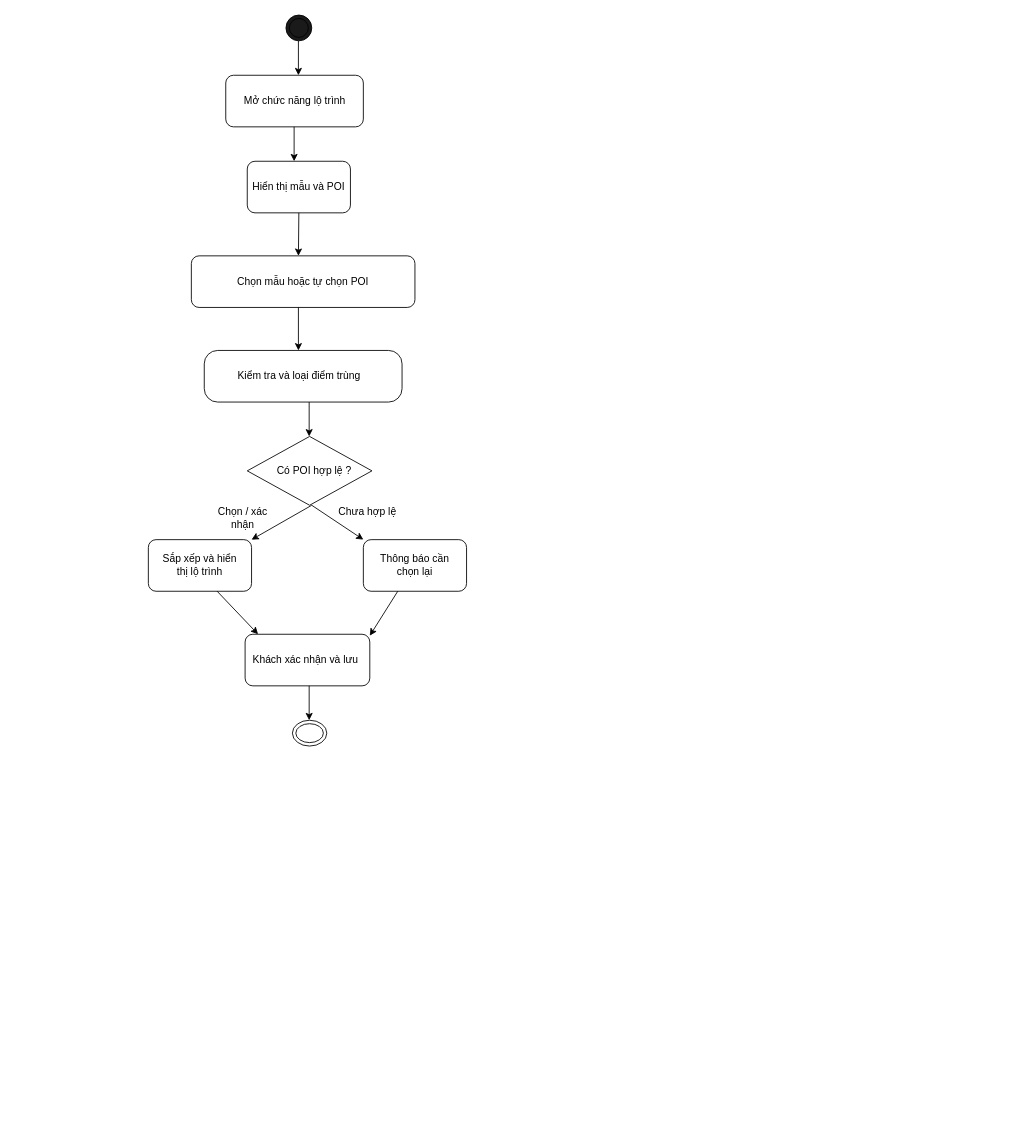
Before: docs/diagram/activity/UC-07_Activity.drawio in Kazuken123/prj_sgu26_cnpm, a draw.io diagram. Source tidied: cells renumbered, new cells numbered last; positions are measured from the earlier drawing's top-left corner, leaving out a move shared by most shapes. Both pictures are drawn from the tidied source at 86%, with x=0, y=0 at pixel (148, 15).
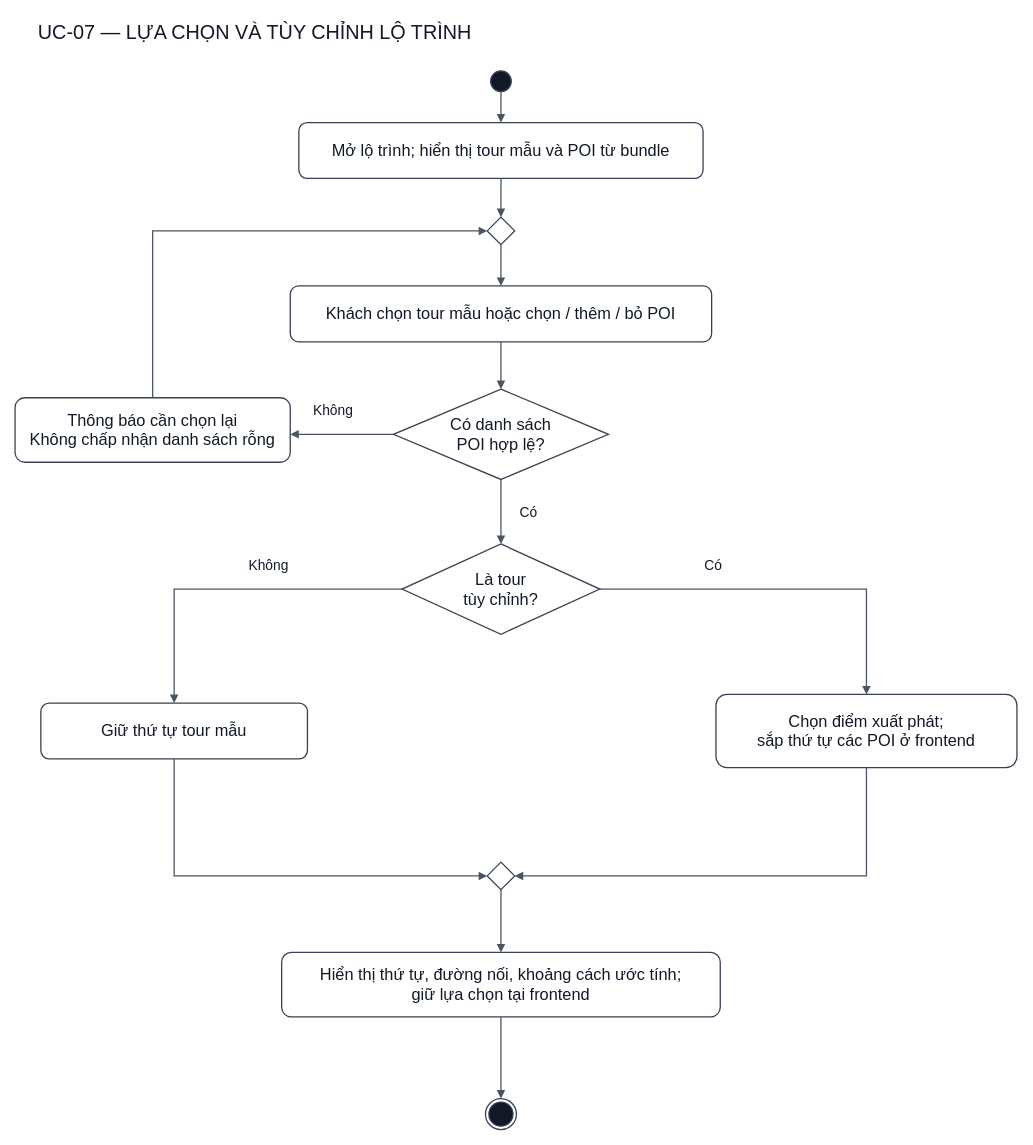
The same page after the edit.

Diff of the diagram source:
```diff
@@
-    <mxCell id="2" style="ellipse;shape=doubleEllipse;whiteSpace=wrap;html=1;fillColor=#1A1A1A;" parent="1" vertex="1">
-      <mxGeometry x="160" width="30" height="30" as="geometry" />
-    </mxCell>
-    <mxCell id="3" style="rounded=1;whiteSpace=wrap;html=1;roundedPerimeter=1;" parent="1" vertex="1">
-      <mxGeometry x="115" y="170" width="120" height="60" as="geometry" />
-    </mxCell>
-    <mxCell id="4" style="rounded=1;whiteSpace=wrap;html=1;roundedPerimeter=1;" parent="1" vertex="1">
-      <mxGeometry x="90" y="70" width="160" height="60" as="geometry" />
-    </mxCell>
-    <mxCell id="5" style="rounded=1;whiteSpace=wrap;html=1;roundedPerimeter=1;" parent="1" vertex="1">
-      <mxGeometry x="50" y="280" width="260" height="60" as="geometry" />
-    </mxCell>
-    <mxCell id="6" style="rounded=1;whiteSpace=wrap;html=1;roundedPerimeter=1;arcSize=26;" parent="1" vertex="1">
-      <mxGeometry x="65" y="390" width="230" height="60" as="geometry" />
-    </mxCell>
-    <mxCell id="7" style="rhombus;whiteSpace=wrap;html=1;shapeInside=1;" parent="1" vertex="1">
-      <mxGeometry x="115" y="490" width="145" height="80" as="geometry" />
-    </mxCell>
-    <mxCell id="8" value="Mở chức năng lộ trình" style="text;html=1;whiteSpace=wrap;strokeColor=none;fillColor=none;align=center;verticalAlign=middle;rounded=0;" parent="1" vertex="1">
-      <mxGeometry x="97.5" y="85" width="145" height="30" as="geometry" />
-    </mxCell>
-    <mxCell id="9" value="Hiển thị mẫu và POI" style="text;html=1;whiteSpace=wrap;strokeColor=none;fillColor=none;align=center;verticalAlign=middle;rounded=0;" parent="1" vertex="1">
-      <mxGeometry x="120" y="185" width="110" height="30" as="geometry" />
-    </mxCell>
-    <mxCell id="10" value="Chọn mẫu hoặc tự chọn POI" style="text;html=1;whiteSpace=wrap;strokeColor=none;fillColor=none;align=center;verticalAlign=middle;rounded=0;" parent="1" vertex="1">
-      <mxGeometry x="95" y="295" width="170" height="30" as="geometry" />
-    </mxCell>
-    <mxCell id="11" value="Kiểm tra và loại điểm trùng" style="text;html=1;whiteSpace=wrap;strokeColor=none;fillColor=none;align=center;verticalAlign=middle;rounded=0;" parent="1" vertex="1">
-      <mxGeometry x="102.5" y="405" width="145" height="30" as="geometry" />
-    </mxCell>
-    <mxCell id="12" style="rounded=1;whiteSpace=wrap;html=1;roundedPerimeter=1;" parent="1" vertex="1">
-      <mxGeometry y="610" width="120" height="60" as="geometry" />
-    </mxCell>
-    <mxCell id="13" style="rounded=1;whiteSpace=wrap;html=1;roundedPerimeter=1;" parent="1" vertex="1">
-      <mxGeometry x="250" y="610" width="120" height="60" as="geometry" />
-    </mxCell>
-    <mxCell id="14" style="rounded=1;whiteSpace=wrap;html=1;roundedPerimeter=1;" parent="1" vertex="1">
-      <mxGeometry x="112.5" y="720" width="145" height="60" as="geometry" />
-    </mxCell>
-    <mxCell id="15" style="ellipse;shape=doubleEllipse;whiteSpace=wrap;html=1;" parent="1" vertex="1">
-      <mxGeometry x="167.5" y="820" width="40" height="30" as="geometry" />
-    </mxCell>
-    <mxCell id="16" style="endArrow=classic;html=1;rounded=0;exitX=0.5;exitY=1;exitDx=0;exitDy=0;" parent="1" edge="1" source="3">
-      <mxGeometry relative="1" as="geometry">
-        <mxPoint x="174.5" y="280" as="targetPoint" />
-      </mxGeometry>
-    </mxCell>
-    <mxCell id="17" style="endArrow=classic;html=1;rounded=0;" parent="1" edge="1">
-      <mxGeometry relative="1" as="geometry">
-        <mxPoint x="174.5" y="340" as="sourcePoint" />
-        <mxPoint x="174.5" y="390" as="targetPoint" />
-      </mxGeometry>
-    </mxCell>
-    <mxCell id="18" style="endArrow=classic;html=1;rounded=0;" parent="1" edge="1">
-      <mxGeometry relative="1" as="geometry">
-        <mxPoint x="187" y="450" as="sourcePoint" />
-        <mxPoint x="187" y="490" as="targetPoint" />
-      </mxGeometry>
-    </mxCell>
-    <mxCell id="19" style="endArrow=classic;html=1;rounded=0;entryX=1;entryY=0;entryDx=0;entryDy=0;" parent="1" edge="1" target="12">
-      <mxGeometry relative="1" as="geometry">
-        <mxPoint x="190" y="570" as="sourcePoint" />
-      </mxGeometry>
-    </mxCell>
-    <mxCell id="20" style="endArrow=classic;html=1;rounded=0;entryX=0;entryY=0;entryDx=0;entryDy=0;" parent="1" edge="1" target="13">
-      <mxGeometry relative="1" as="geometry">
-        <mxPoint x="190" y="570" as="sourcePoint" />
-      </mxGeometry>
-    </mxCell>
-    <mxCell id="21" style="endArrow=classic;html=1;rounded=0;entryX=1;entryY=0.028;entryDx=0;entryDy=0;" parent="1" edge="1" target="14">
-      <mxGeometry relative="1" as="geometry">
-        <mxPoint x="290" y="670" as="sourcePoint" />
-      </mxGeometry>
-    </mxCell>
-    <mxCell id="22" style="endArrow=classic;html=1;rounded=0;strokeColor=default;align=center;verticalAlign=middle;fontFamily=Helvetica;fontSize=11;fontColor=default;labelBackgroundColor=default;entryX=0.104;entryY=0;entryDx=0;entryDy=0;" parent="1" edge="1" target="14">
-      <mxGeometry relative="1" as="geometry">
-        <mxPoint x="80" y="670" as="sourcePoint" />
-      </mxGeometry>
-    </mxCell>
-    <mxCell id="23" style="endArrow=classic;html=1;rounded=0;strokeColor=default;align=center;verticalAlign=middle;fontFamily=Helvetica;fontSize=11;fontColor=default;labelBackgroundColor=default;" parent="1" edge="1">
-      <mxGeometry relative="1" as="geometry">
-        <mxPoint x="187" y="780" as="sourcePoint" />
-        <mxPoint x="187" y="820" as="targetPoint" />
-      </mxGeometry>
-    </mxCell>
-    <mxCell id="24" style="endArrow=classic;html=1;rounded=0;strokeColor=default;align=center;verticalAlign=middle;fontFamily=Helvetica;fontSize=11;fontColor=default;labelBackgroundColor=default;" parent="1" edge="1">
-      <mxGeometry relative="1" as="geometry">
-        <mxPoint x="174.5" y="30" as="sourcePoint" />
-        <mxPoint x="174.5" y="70" as="targetPoint" />
-      </mxGeometry>
-    </mxCell>
-    <mxCell id="25" style="endArrow=classic;html=1;rounded=0;strokeColor=default;align=center;verticalAlign=middle;fontFamily=Helvetica;fontSize=11;fontColor=default;labelBackgroundColor=default;" parent="1" edge="1">
-      <mxGeometry relative="1" as="geometry">
-        <mxPoint x="169.5" y="130" as="sourcePoint" />
-        <mxPoint x="169.5" y="170" as="targetPoint" />
-      </mxGeometry>
-    </mxCell>
-    <mxCell id="26" value="Có POI hợp lệ ?" style="text;html=1;whiteSpace=wrap;strokeColor=none;fillColor=none;align=center;verticalAlign=middle;rounded=0;" parent="1" vertex="1">
-      <mxGeometry x="142.5" y="515" width="100" height="30" as="geometry" />
-    </mxCell>
-    <mxCell id="27" value="Chưa hợp lệ&lt;div&gt;&lt;br&gt;&lt;/div&gt;" style="text;html=1;whiteSpace=wrap;strokeColor=none;fillColor=none;align=center;verticalAlign=middle;rounded=0;" parent="1" vertex="1">
-      <mxGeometry x="200" y="570" width="110" height="30" as="geometry" />
-    </mxCell>
-    <mxCell id="28" value="Chọn / xác nhận" style="text;html=1;whiteSpace=wrap;strokeColor=none;fillColor=none;align=center;verticalAlign=middle;rounded=0;" parent="1" vertex="1">
-      <mxGeometry x="80" y="570" width="60" height="30" as="geometry" />
-    </mxCell>
-    <mxCell id="29" value="Thông báo cần chọn lại" style="text;html=1;whiteSpace=wrap;strokeColor=none;fillColor=none;align=center;verticalAlign=middle;rounded=0;" parent="1" vertex="1">
-      <mxGeometry x="260" y="625" width="100" height="30" as="geometry" />
-    </mxCell>
-    <mxCell id="30" value="Sắp xếp và hiển thị lộ trình" style="text;html=1;whiteSpace=wrap;strokeColor=none;fillColor=none;align=center;verticalAlign=middle;rounded=0;" parent="1" vertex="1">
-      <mxGeometry x="10" y="625" width="100" height="30" as="geometry" />
-    </mxCell>
-    <mxCell id="31" value="Khách xác nhận và lưu" style="text;html=1;whiteSpace=wrap;strokeColor=none;fillColor=none;align=center;verticalAlign=middle;rounded=0;" parent="1" vertex="1">
-      <mxGeometry x="117.5" y="735" width="130" height="30" as="geometry" />
-    </mxCell>
+    <mxCell id="32" value="UC-07 — LỰA CHỌN VÀ TÙY CHỈNH LỘ TRÌNH" style="html=1;whiteSpace=wrap;fontFamily=Arial;fontSize=23;fontColor=#111827;strokeColor=#374151;fillColor=#FFFFFF;strokeWidth=1.5;text;strokeColor=none;fillColor=none;" parent="1" vertex="1">
+      <mxGeometry x="-130" width="1130" height="45" as="geometry" />
+    </mxCell>
+    <mxCell id="33" style="html=1;whiteSpace=wrap;fontFamily=Arial;fontSize=19;fontColor=#111827;strokeColor=#374151;fillColor=#FFFFFF;strokeWidth=1.5;ellipse;fillColor=#111827;" parent="1" vertex="1">
+      <mxGeometry x="398" y="65" width="24" height="24" as="geometry" />
+    </mxCell>
+    <mxCell id="34" value="Mở lộ trình; hiển thị tour mẫu và POI từ bundle" style="html=1;whiteSpace=wrap;fontFamily=Arial;fontSize=19;fontColor=#111827;strokeColor=#374151;fillColor=#FFFFFF;strokeWidth=1.5;rounded=1;arcSize=15;" parent="1" vertex="1">
+      <mxGeometry x="175" y="125" width="470" height="65" as="geometry" />
+    </mxCell>
+    <mxCell id="35" style="html=1;whiteSpace=wrap;fontFamily=Arial;fontSize=19;fontColor=#111827;strokeColor=#374151;fillColor=#FFFFFF;strokeWidth=1.5;rhombus;" parent="1" vertex="1">
+      <mxGeometry x="394" y="235" width="32" height="32" as="geometry" />
+    </mxCell>
+    <mxCell id="36" value="Khách chọn tour mẫu hoặc chọn / thêm / bỏ POI" style="html=1;whiteSpace=wrap;fontFamily=Arial;fontSize=19;fontColor=#111827;strokeColor=#374151;fillColor=#FFFFFF;strokeWidth=1.5;rounded=1;arcSize=15;" parent="1" vertex="1">
+      <mxGeometry x="165" y="315" width="490" height="65" as="geometry" />
+    </mxCell>
+    <mxCell id="37" value="Có danh sách&lt;br&gt;POI hợp lệ?" style="html=1;whiteSpace=wrap;fontFamily=Arial;fontSize=19;fontColor=#111827;strokeColor=#374151;fillColor=#FFFFFF;strokeWidth=1.5;rhombus;" parent="1" vertex="1">
+      <mxGeometry x="285" y="435" width="250" height="105" as="geometry" />
+    </mxCell>
+    <mxCell id="38" value="Thông báo cần chọn lại&lt;br&gt;Không chấp nhận danh sách rỗng" style="html=1;whiteSpace=wrap;fontFamily=Arial;fontSize=19;fontColor=#111827;strokeColor=#374151;fillColor=#FFFFFF;strokeWidth=1.5;rounded=1;arcSize=15;" parent="1" vertex="1">
+      <mxGeometry x="-155" y="445" width="320" height="75" as="geometry" />
+    </mxCell>
+    <mxCell id="39" value="Là tour&lt;br&gt;tùy chỉnh?" style="html=1;whiteSpace=wrap;fontFamily=Arial;fontSize=19;fontColor=#111827;strokeColor=#374151;fillColor=#FFFFFF;strokeWidth=1.5;rhombus;" parent="1" vertex="1">
+      <mxGeometry x="295" y="615" width="230" height="105" as="geometry" />
+    </mxCell>
+    <mxCell id="40" value="Chọn điểm xuất phát;&lt;br&gt;sắp thứ tự các POI ở frontend" style="html=1;whiteSpace=wrap;fontFamily=Arial;fontSize=19;fontColor=#111827;strokeColor=#374151;fillColor=#FFFFFF;strokeWidth=1.5;rounded=1;arcSize=15;" parent="1" vertex="1">
+      <mxGeometry x="660" y="790" width="350" height="85" as="geometry" />
+    </mxCell>
+    <mxCell id="41" value="Giữ thứ tự tour mẫu" style="html=1;whiteSpace=wrap;fontFamily=Arial;fontSize=19;fontColor=#111827;strokeColor=#374151;fillColor=#FFFFFF;strokeWidth=1.5;rounded=1;arcSize=15;" parent="1" vertex="1">
+      <mxGeometry x="-125" y="800" width="310" height="65" as="geometry" />
+    </mxCell>
+    <mxCell id="42" style="html=1;whiteSpace=wrap;fontFamily=Arial;fontSize=19;fontColor=#111827;strokeColor=#374151;fillColor=#FFFFFF;strokeWidth=1.5;rhombus;" parent="1" vertex="1">
+      <mxGeometry x="394" y="985" width="32" height="32" as="geometry" />
+    </mxCell>
+    <mxCell id="43" value="Hiển thị thứ tự, đường nối, khoảng cách ước tính;&lt;br&gt;giữ lựa chọn tại frontend" style="html=1;whiteSpace=wrap;fontFamily=Arial;fontSize=19;fontColor=#111827;strokeColor=#374151;fillColor=#FFFFFF;strokeWidth=1.5;rounded=1;arcSize=15;" parent="1" vertex="1">
+      <mxGeometry x="155" y="1090" width="510" height="75" as="geometry" />
+    </mxCell>
+    <mxCell id="44" style="html=1;whiteSpace=wrap;fontFamily=Arial;fontSize=19;fontColor=#111827;strokeColor=#374151;fillColor=#FFFFFF;strokeWidth=1.5;ellipse;shape=endState;fillColor=#111827;" parent="1" vertex="1">
+      <mxGeometry x="392" y="1260" width="36" height="36" as="geometry" />
+    </mxCell>
+    <mxCell id="45" style="html=1;rounded=0;endArrow=block;endFill=1;strokeColor=#4B5563;strokeWidth=1.5;fontFamily=Arial;fontSize=17;exitX=0.5;exitY=1.0;exitPerimeter=0;entryX=0.5;entryY=0.0;entryPerimeter=0;" parent="1" edge="1" source="33" target="34">
+      <mxGeometry relative="1" as="geometry" />
+    </mxCell>
+    <mxCell id="46" style="html=1;rounded=0;endArrow=block;endFill=1;strokeColor=#4B5563;strokeWidth=1.5;fontFamily=Arial;fontSize=17;exitX=0.5;exitY=1.0;exitPerimeter=0;entryX=0.5;entryY=0.0;entryPerimeter=0;" parent="1" edge="1" source="34" target="35">
+      <mxGeometry relative="1" as="geometry" />
+    </mxCell>
+    <mxCell id="47" style="html=1;rounded=0;endArrow=block;endFill=1;strokeColor=#4B5563;strokeWidth=1.5;fontFamily=Arial;fontSize=17;exitX=0.5;exitY=1.0;exitPerimeter=0;entryX=0.5;entryY=0.0;entryPerimeter=0;" parent="1" edge="1" source="35" target="36">
+      <mxGeometry relative="1" as="geometry" />
+    </mxCell>
+    <mxCell id="48" style="html=1;rounded=0;endArrow=block;endFill=1;strokeColor=#4B5563;strokeWidth=1.5;fontFamily=Arial;fontSize=17;exitX=0.5;exitY=1.0;exitPerimeter=0;entryX=0.5;entryY=0.0;entryPerimeter=0;" parent="1" edge="1" source="36" target="37">
+      <mxGeometry relative="1" as="geometry" />
+    </mxCell>
+    <mxCell id="49" style="html=1;rounded=0;endArrow=block;endFill=1;strokeColor=#4B5563;strokeWidth=1.5;fontFamily=Arial;fontSize=17;exitX=0.5;exitY=1.0;exitPerimeter=0;entryX=0.5;entryY=0.0;entryPerimeter=0;" parent="1" edge="1" source="37" target="39">
+      <mxGeometry relative="1" as="geometry" />
+    </mxCell>
+    <mxCell id="50" value="Có" style="html=1;whiteSpace=wrap;fontFamily=Arial;fontSize=16;fontColor=#111827;strokeColor=#374151;fillColor=#FFFFFF;strokeWidth=1.5;text;strokeColor=none;fillColor=none;" parent="1" vertex="1">
+      <mxGeometry x="430" y="561.5" width="70" height="25" as="geometry" />
+    </mxCell>
+    <mxCell id="51" style="html=1;rounded=0;endArrow=block;endFill=1;strokeColor=#4B5563;strokeWidth=1.5;fontFamily=Arial;fontSize=17;exitX=0.0;exitY=0.5;exitPerimeter=0;entryX=1.0;entryY=0.5666666666666667;entryPerimeter=0;" parent="1" edge="1" source="37" target="38">
+      <mxGeometry relative="1" as="geometry" />
+    </mxCell>
+    <mxCell id="52" value="Không" style="html=1;whiteSpace=wrap;fontFamily=Arial;fontSize=16;fontColor=#111827;strokeColor=#374151;fillColor=#FFFFFF;strokeWidth=1.5;text;strokeColor=none;fillColor=none;" parent="1" vertex="1">
+      <mxGeometry x="190" y="444" width="70" height="25" as="geometry" />
+    </mxCell>
+    <mxCell id="53" style="html=1;rounded=0;endArrow=block;endFill=1;strokeColor=#4B5563;strokeWidth=1.5;fontFamily=Arial;fontSize=17;exitX=0.5;exitY=0.0;exitPerimeter=0;entryX=0.0;entryY=0.5;entryPerimeter=0;" parent="1" edge="1" source="38" target="35">
+      <mxGeometry relative="1" as="geometry">
+        <Array as="points">
+          <mxPoint x="5" y="251" />
+        </Array>
+      </mxGeometry>
+    </mxCell>
+    <mxCell id="54" style="html=1;rounded=0;endArrow=block;endFill=1;strokeColor=#4B5563;strokeWidth=1.5;fontFamily=Arial;fontSize=17;exitX=0.0;exitY=0.5;exitPerimeter=0;entryX=0.5;entryY=0.0;entryPerimeter=0;" parent="1" edge="1" source="39" target="41">
+      <mxGeometry relative="1" as="geometry">
+        <Array as="points">
+          <mxPoint x="30" y="667.5" />
+        </Array>
+      </mxGeometry>
+    </mxCell>
+    <mxCell id="55" value="Không" style="html=1;whiteSpace=wrap;fontFamily=Arial;fontSize=16;fontColor=#111827;strokeColor=#374151;fillColor=#FFFFFF;strokeWidth=1.5;text;strokeColor=none;fillColor=none;" parent="1" vertex="1">
+      <mxGeometry x="115" y="624" width="70" height="25" as="geometry" />
+    </mxCell>
+    <mxCell id="56" style="html=1;rounded=0;endArrow=block;endFill=1;strokeColor=#4B5563;strokeWidth=1.5;fontFamily=Arial;fontSize=17;exitX=1.0;exitY=0.5;exitPerimeter=0;entryX=0.5;entryY=0.0;entryPerimeter=0;" parent="1" edge="1" source="39" target="40">
+      <mxGeometry relative="1" as="geometry">
+        <Array as="points">
+          <mxPoint x="835" y="667.5" />
+        </Array>
+      </mxGeometry>
+    </mxCell>
+    <mxCell id="57" value="Có" style="html=1;whiteSpace=wrap;fontFamily=Arial;fontSize=16;fontColor=#111827;strokeColor=#374151;fillColor=#FFFFFF;strokeWidth=1.5;text;strokeColor=none;fillColor=none;" parent="1" vertex="1">
+      <mxGeometry x="645" y="624" width="70" height="25" as="geometry" />
+    </mxCell>
+    <mxCell id="58" style="html=1;rounded=0;endArrow=block;endFill=1;strokeColor=#4B5563;strokeWidth=1.5;fontFamily=Arial;fontSize=17;exitX=0.5;exitY=1.0;exitPerimeter=0;entryX=0.0;entryY=0.5;entryPerimeter=0;" parent="1" edge="1" source="41" target="42">
+      <mxGeometry relative="1" as="geometry">
+        <Array as="points">
+          <mxPoint x="30" y="1001" />
+        </Array>
+      </mxGeometry>
+    </mxCell>
+    <mxCell id="59" style="html=1;rounded=0;endArrow=block;endFill=1;strokeColor=#4B5563;strokeWidth=1.5;fontFamily=Arial;fontSize=17;exitX=0.5;exitY=1.0;exitPerimeter=0;entryX=1.0;entryY=0.5;entryPerimeter=0;" parent="1" edge="1" source="40" target="42">
+      <mxGeometry relative="1" as="geometry">
+        <Array as="points">
+          <mxPoint x="835" y="1001" />
+        </Array>
+      </mxGeometry>
+    </mxCell>
+    <mxCell id="60" style="html=1;rounded=0;endArrow=block;endFill=1;strokeColor=#4B5563;strokeWidth=1.5;fontFamily=Arial;fontSize=17;exitX=0.5;exitY=1.0;exitPerimeter=0;entryX=0.5;entryY=0.0;entryPerimeter=0;" parent="1" edge="1" source="42" target="43">
+      <mxGeometry relative="1" as="geometry" />
+    </mxCell>
+    <mxCell id="61" style="html=1;rounded=0;endArrow=block;endFill=1;strokeColor=#4B5563;strokeWidth=1.5;fontFamily=Arial;fontSize=17;exitX=0.5;exitY=1.0;exitPerimeter=0;entryX=0.5;entryY=0.0;entryPerimeter=0;" parent="1" edge="1" source="43" target="44">
+      <mxGeometry relative="1" as="geometry" />
+    </mxCell>
```
